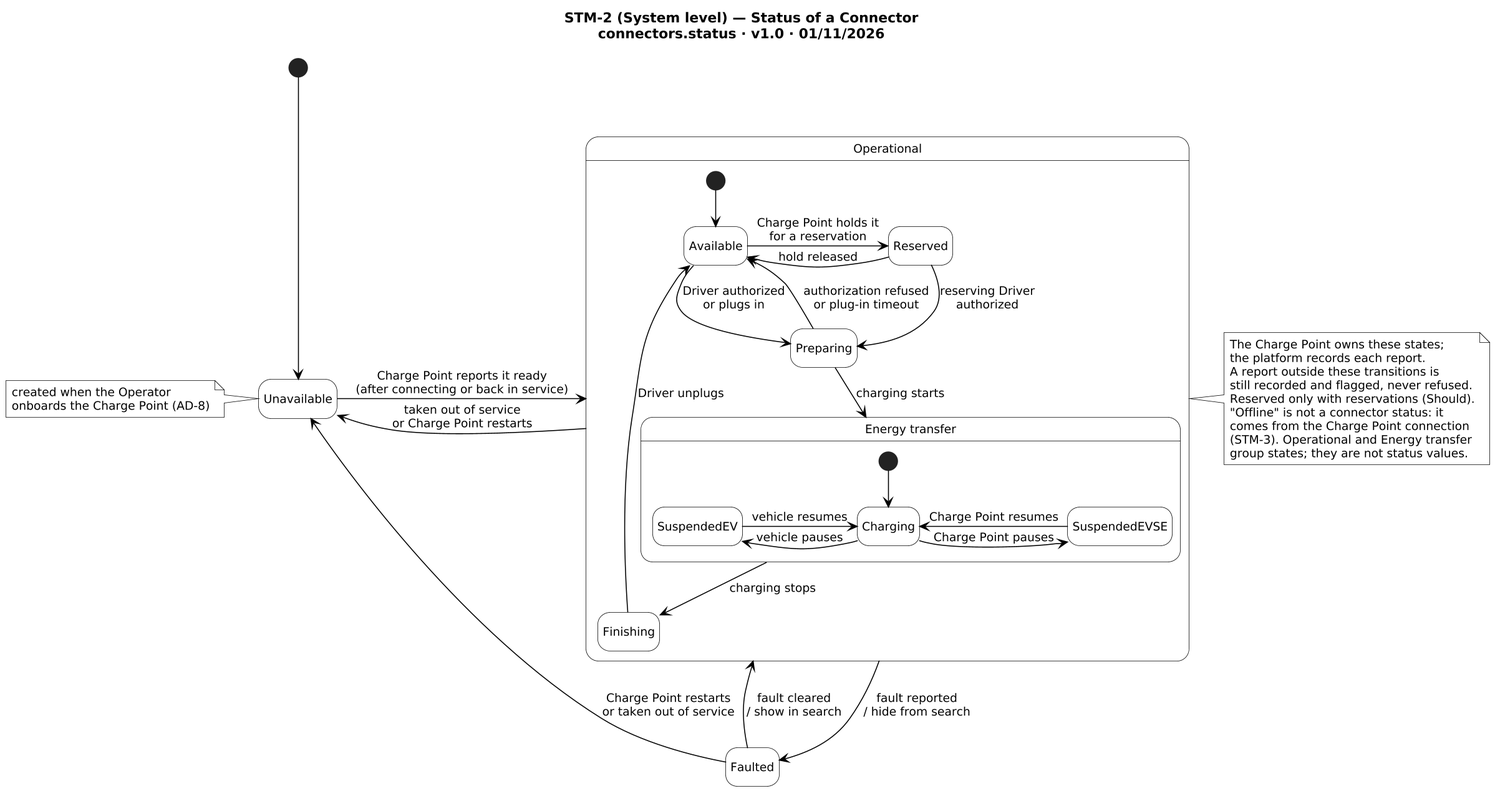
The PlantUML diagram diagrams/report4/state/STM-2/STM-2.png in PowerMeApp/powerme, before a commit.
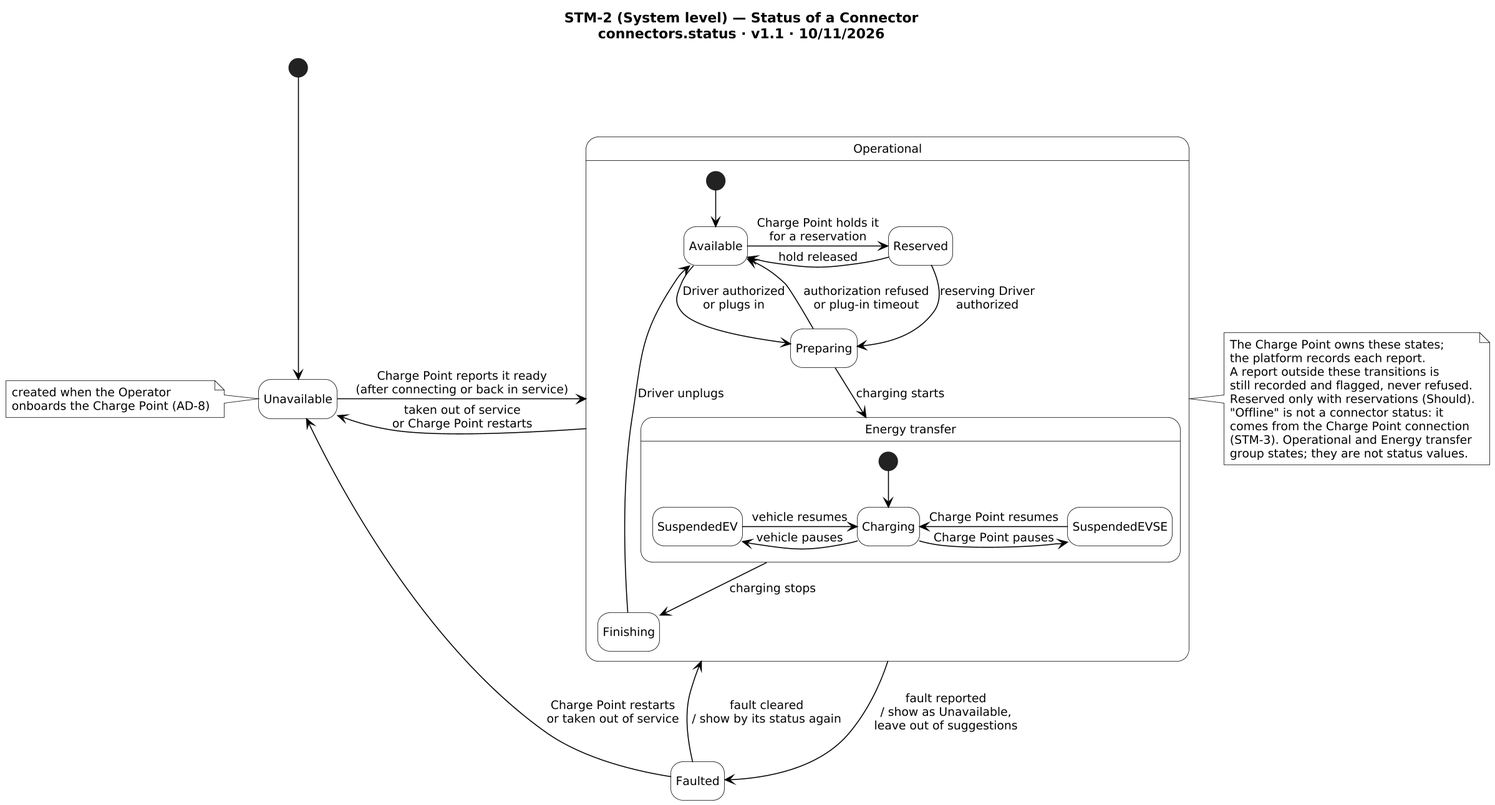
Above is the later version.

Diff of the diagram source:
```diff
@@ -1,6 +1,6 @@
 @startuml STM-2
 !include _style.iuml
-title STM-2 (System level) — Status of a Connector\nconnectors.status · v1.0 · 01/11/2026
+title STM-2 (System level) — Status of a Connector\nconnectors.status · v1.1 · 10/11/2026
 
 [*] -down-> Unavailable
 note left of Unavailable
@@ -29,8 +29,8 @@
 
 Unavailable -right-> Operational : Charge Point reports it ready\n(after connecting or back in service)
 Operational -left-> Unavailable : taken out of service\nor Charge Point restarts
-Operational -down-> Faulted : fault reported\n/ hide from search
-Faulted -up-> Operational : fault cleared\n/ show in search
+Operational -down-> Faulted : fault reported\n/ show as Unavailable,\nleave out of suggestions
+Faulted -up-> Operational : fault cleared\n/ show by its status again
 Faulted -left-> Unavailable : Charge Point restarts\nor taken out of service
 
 note right of Operational
```
